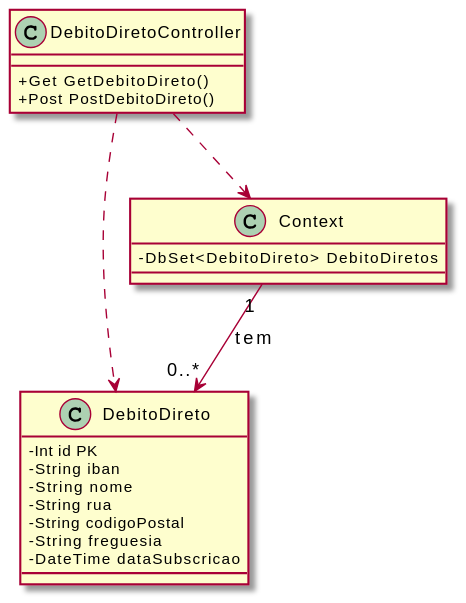
This is Documentos/Sprint3/Design OO/CD-DebitoDireto.svg from UPskillDOTNET/Jakim-das-Coives-S.A., a PlantUML export, as it was before one commit.
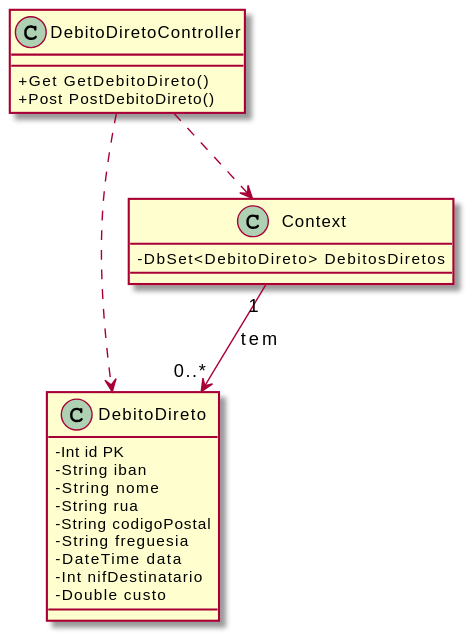
The same diagram one commit later.

Commit message:
Debito direto CD correcao

What changed in the source:
```diff
@@ -13,11 +13,13 @@
   -String rua
   -String codigoPostal
   -String freguesia
-  -DateTime dataSubscricao
+  -DateTime data
+  -Int nifDestinatario
+  -Double custo
 }
 
 class Context {
-  -DbSet<DebitoDireto> DebitoDiretos
+  -DbSet<DebitoDireto> DebitosDiretos
 }
 
 DebitoDiretoController ..> DebitoDireto
```
